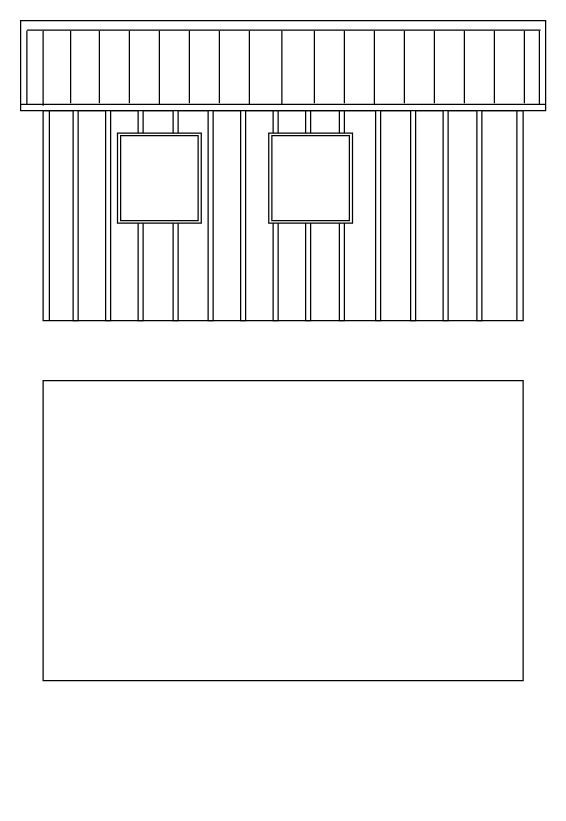
Earlier version of the draw.io diagram Billings Elevation.drawio (dpolaristar/drawio). Source tidied: cells renumbered, new cells numbered last; positions are measured from the earlier drawing's top-left corner, leaving out a move shared by most shapes. Both pictures are drawn from the tidied source at 125%, with x=0, y=0 at pixel (20, 20).
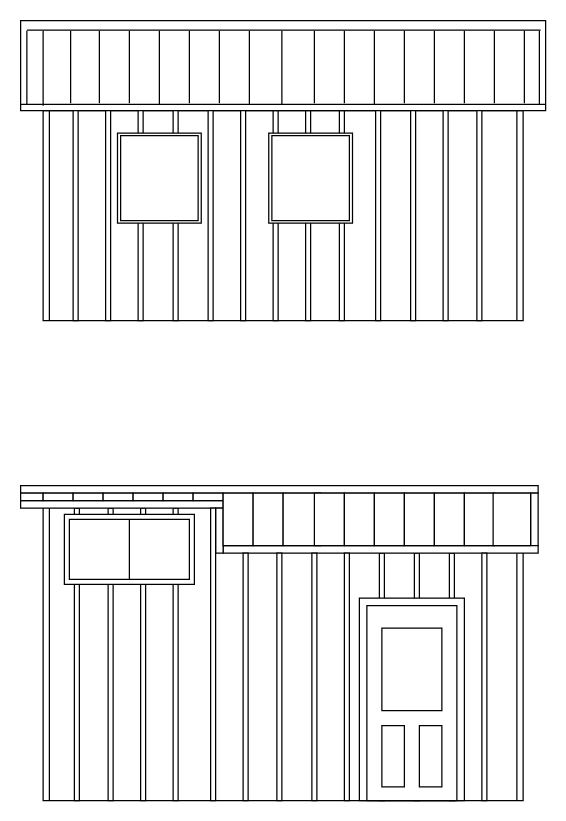
The same page after the edit.

What changed in the source:
```diff
@@
+    <mxCell id="44" style="rounded=0;whiteSpace=wrap;html=1;strokeWidth=1;" parent="1" vertex="1">
+      <mxGeometry x="18" y="384" width="384" height="240" as="geometry" />
+    </mxCell>
+    <mxCell id="45" style="rounded=0;whiteSpace=wrap;html=1;strokeWidth=1;" parent="1" vertex="1">
+      <mxGeometry x="343" y="426" width="4" height="198" as="geometry" />
+    </mxCell>
+    <mxCell id="46" style="rounded=0;whiteSpace=wrap;html=1;strokeWidth=1;" parent="1" vertex="1">
+      <mxGeometry x="315" y="426" width="4" height="198" as="geometry" />
+    </mxCell>
+    <mxCell id="47" style="rounded=0;whiteSpace=wrap;html=1;strokeWidth=1;" parent="1" vertex="1">
+      <mxGeometry x="287" y="426" width="4" height="198" as="geometry" />
+    </mxCell>
+    <mxCell id="48" style="rounded=0;whiteSpace=wrap;html=1;strokeWidth=1;" parent="1" vertex="1">
+      <mxGeometry x="271" y="462" width="84" height="162" as="geometry" />
+    </mxCell>
+    <mxCell id="49" style="rounded=0;whiteSpace=wrap;html=1;strokeWidth=1;" parent="1" vertex="1">
+      <mxGeometry x="122" y="390" width="4" height="234" as="geometry" />
+    </mxCell>
+    <mxCell id="50" style="rounded=0;whiteSpace=wrap;html=1;strokeWidth=1;" parent="1" vertex="1">
+      <mxGeometry x="96" y="390" width="4" height="234" as="geometry" />
+    </mxCell>
+    <mxCell id="51" style="rounded=0;whiteSpace=wrap;html=1;strokeWidth=1;" parent="1" vertex="1">
+      <mxGeometry x="70" y="390" width="4" height="234" as="geometry" />
+    </mxCell>
+    <mxCell id="52" style="rounded=0;whiteSpace=wrap;html=1;strokeWidth=1;" parent="1" vertex="1">
+      <mxGeometry x="43" y="390" width="4" height="234" as="geometry" />
+    </mxCell>
+    <mxCell id="53" style="rounded=0;whiteSpace=wrap;html=1;strokeWidth=1;" parent="1" vertex="1">
+      <mxGeometry x="35" y="395" width="104" height="56" as="geometry" />
+    </mxCell>
@@
-    <mxCell id="44" style="rounded=0;whiteSpace=wrap;html=1;strokeWidth=1;" parent="1" vertex="1">
-      <mxGeometry x="18" y="288" width="384" height="240" as="geometry" />
-    </mxCell>
+    <mxCell id="54" style="rounded=0;whiteSpace=wrap;html=1;strokeWidth=1;" parent="1" vertex="1">
+      <mxGeometry y="384" width="162" height="6" as="geometry" />
+    </mxCell>
+    <mxCell id="55" style="rounded=0;whiteSpace=wrap;html=1;strokeWidth=1;" parent="1" vertex="1">
+      <mxGeometry y="372" width="414" height="6" as="geometry" />
+    </mxCell>
+    <mxCell id="56" style="rounded=0;whiteSpace=wrap;html=1;strokeWidth=1;" parent="1" vertex="1">
+      <mxGeometry x="408" y="378" width="6" height="42" as="geometry" />
+    </mxCell>
+    <mxCell id="57" style="rounded=0;whiteSpace=wrap;html=1;strokeWidth=1;" parent="1" vertex="1">
+      <mxGeometry x="162" y="420" width="252" height="6" as="geometry" />
+    </mxCell>
+    <mxCell id="58" style="rounded=0;whiteSpace=wrap;html=1;strokeWidth=1;" parent="1" vertex="1">
+      <mxGeometry x="156" y="390" width="6" height="36" as="geometry" />
+    </mxCell>
+    <mxCell id="59" style="rounded=0;whiteSpace=wrap;html=1;strokeWidth=1;" parent="1" vertex="1">
+      <mxGeometry y="378" width="18" height="6" as="geometry" />
+    </mxCell>
+    <mxCell id="60" style="rounded=0;whiteSpace=wrap;html=1;strokeWidth=1;" parent="1" vertex="1">
+      <mxGeometry x="18" y="378" width="24" height="6" as="geometry" />
+    </mxCell>
+    <mxCell id="61" style="rounded=0;whiteSpace=wrap;html=1;strokeWidth=1;" parent="1" vertex="1">
+      <mxGeometry x="42" y="378" width="24" height="6" as="geometry" />
+    </mxCell>
+    <mxCell id="62" style="rounded=0;whiteSpace=wrap;html=1;strokeWidth=1;" parent="1" vertex="1">
+      <mxGeometry x="66" y="378" width="24" height="6" as="geometry" />
+    </mxCell>
+    <mxCell id="63" style="rounded=0;whiteSpace=wrap;html=1;strokeWidth=1;" parent="1" vertex="1">
+      <mxGeometry x="90" y="378" width="24" height="6" as="geometry" />
+    </mxCell>
+    <mxCell id="64" style="rounded=0;whiteSpace=wrap;html=1;strokeWidth=1;" parent="1" vertex="1">
+      <mxGeometry x="114" y="378" width="24" height="6" as="geometry" />
+    </mxCell>
+    <mxCell id="65" style="rounded=0;whiteSpace=wrap;html=1;strokeWidth=1;" parent="1" vertex="1">
+      <mxGeometry x="138" y="378" width="24" height="6" as="geometry" />
+    </mxCell>
+    <mxCell id="66" style="rounded=0;whiteSpace=wrap;html=1;strokeWidth=1;" parent="1" vertex="1">
+      <mxGeometry x="162" y="378" width="24" height="42" as="geometry" />
+    </mxCell>
+    <mxCell id="67" style="rounded=0;whiteSpace=wrap;html=1;strokeWidth=1;" parent="1" vertex="1">
+      <mxGeometry x="186" y="378" width="24" height="42" as="geometry" />
+    </mxCell>
+    <mxCell id="68" style="rounded=0;whiteSpace=wrap;html=1;strokeWidth=1;" parent="1" vertex="1">
+      <mxGeometry x="210" y="378" width="30" height="42" as="geometry" />
+    </mxCell>
+    <mxCell id="69" style="rounded=0;whiteSpace=wrap;html=1;strokeWidth=1;" parent="1" vertex="1">
+      <mxGeometry x="235" y="378" width="24" height="42" as="geometry" />
+    </mxCell>
+    <mxCell id="70" style="rounded=0;whiteSpace=wrap;html=1;strokeWidth=1;" parent="1" vertex="1">
+      <mxGeometry x="259" y="378" width="24" height="42" as="geometry" />
+    </mxCell>
+    <mxCell id="71" style="rounded=0;whiteSpace=wrap;html=1;strokeWidth=1;" parent="1" vertex="1">
+      <mxGeometry x="283" y="378" width="24" height="42" as="geometry" />
+    </mxCell>
+    <mxCell id="72" style="rounded=0;whiteSpace=wrap;html=1;strokeWidth=1;" parent="1" vertex="1">
+      <mxGeometry x="307" y="378" width="24" height="42" as="geometry" />
+    </mxCell>
+    <mxCell id="73" style="rounded=0;whiteSpace=wrap;html=1;strokeWidth=1;" parent="1" vertex="1">
+      <mxGeometry x="331" y="378" width="24" height="42" as="geometry" />
+    </mxCell>
+    <mxCell id="74" style="rounded=0;whiteSpace=wrap;html=1;strokeWidth=1;" parent="1" vertex="1">
+      <mxGeometry x="355" y="378" width="24" height="42" as="geometry" />
+    </mxCell>
+    <mxCell id="75" style="rounded=0;whiteSpace=wrap;html=1;strokeWidth=1;" parent="1" vertex="1">
+      <mxGeometry x="378" y="378" width="30" height="42" as="geometry" />
+    </mxCell>
+    <mxCell id="76" style="line;strokeWidth=1;direction=south;html=1;" parent="1" vertex="1">
+      <mxGeometry x="18" y="390" width="10" height="234" as="geometry" />
+    </mxCell>
+    <mxCell id="77" style="line;strokeWidth=1;direction=south;html=1;" parent="1" vertex="1">
+      <mxGeometry x="392" y="426" width="10" height="198" as="geometry" />
+    </mxCell>
+    <mxCell id="78" style="rounded=0;whiteSpace=wrap;html=1;strokeWidth=1;" parent="1" vertex="1">
+      <mxGeometry x="152" y="390" width="4" height="234" as="geometry" />
+    </mxCell>
+    <mxCell id="79" style="rounded=0;whiteSpace=wrap;html=1;strokeWidth=1;" parent="1" vertex="1">
+      <mxGeometry x="178" y="426" width="4" height="198" as="geometry" />
+    </mxCell>
+    <mxCell id="80" style="rounded=0;whiteSpace=wrap;html=1;strokeWidth=1;" parent="1" vertex="1">
+      <mxGeometry x="205" y="426" width="4" height="198" as="geometry" />
+    </mxCell>
+    <mxCell id="81" style="rounded=0;whiteSpace=wrap;html=1;strokeWidth=1;" parent="1" vertex="1">
+      <mxGeometry x="233" y="426" width="4" height="198" as="geometry" />
+    </mxCell>
+    <mxCell id="82" style="rounded=0;whiteSpace=wrap;html=1;strokeWidth=1;" parent="1" vertex="1">
+      <mxGeometry x="259" y="426" width="4" height="198" as="geometry" />
+    </mxCell>
+    <mxCell id="83" style="rounded=0;whiteSpace=wrap;html=1;strokeWidth=1;" parent="1" vertex="1">
+      <mxGeometry x="369" y="426" width="4" height="198" as="geometry" />
+    </mxCell>
+    <mxCell id="84" style="rounded=0;whiteSpace=wrap;html=1;strokeWidth=1;" parent="1" vertex="1">
+      <mxGeometry x="39" y="399" width="96" height="48" as="geometry" />
+    </mxCell>
+    <mxCell id="85" style="line;strokeWidth=1;direction=south;html=1;" parent="1" vertex="1">
+      <mxGeometry x="82" y="399" width="10" height="48" as="geometry" />
+    </mxCell>
+    <mxCell id="86" style="rounded=0;whiteSpace=wrap;html=1;strokeWidth=1;" parent="1" vertex="1">
+      <mxGeometry x="277" y="468" width="72" height="156" as="geometry" />
+    </mxCell>
+    <mxCell id="87" style="rounded=0;whiteSpace=wrap;html=1;strokeWidth=1;" parent="1" vertex="1">
+      <mxGeometry x="289" y="564" width="18" height="49" as="geometry" />
+    </mxCell>
+    <mxCell id="88" style="rounded=0;whiteSpace=wrap;html=1;strokeWidth=1;" parent="1" vertex="1">
+      <mxGeometry x="319" y="564" width="18" height="49" as="geometry" />
+    </mxCell>
+    <mxCell id="89" style="rounded=0;whiteSpace=wrap;html=1;strokeWidth=1;" parent="1" vertex="1">
+      <mxGeometry x="289" y="486" width="48" height="66" as="geometry" />
+    </mxCell>
```
